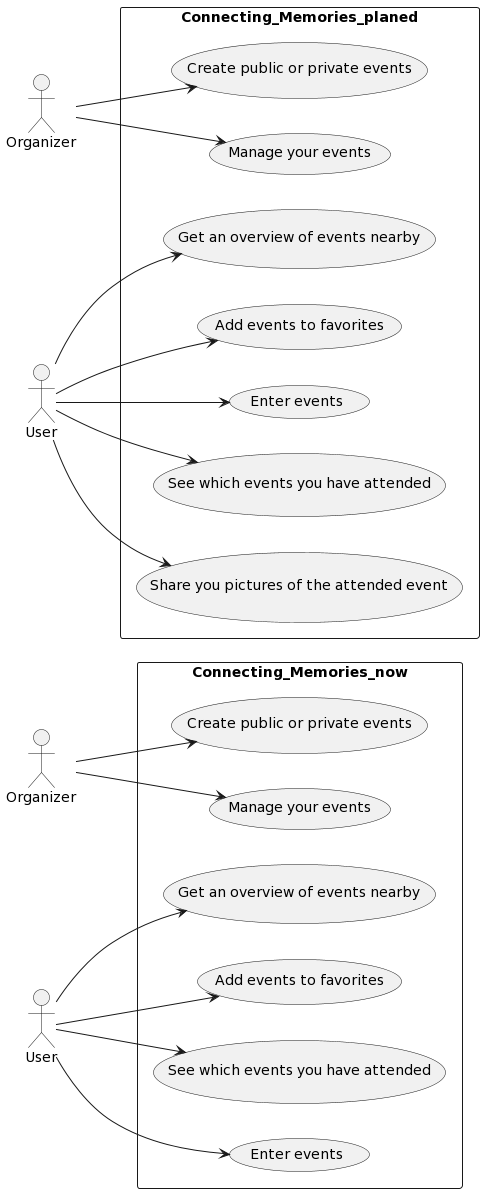
ArztF/2324-5ahitm-connecting-memories keeps this PlantUML diagram as Documents/UsecaseDiagramm/usecaseDiagram.png. Above is the earlier version. Its diagram source:
```plantuml
@startuml
left to right direction
actor "Organizer" as o1
actor "User" as u1
rectangle Connecting_Memories_now {
  usecase "Create public or private events" as UC1
  usecase "Manage your events" as UC6
  usecase "Get an overview of events nearby" as UC2
  usecase "Add events to favorites" as UC3
  usecase "See which events you have attended" as UC4
  usecase "Enter events" as UC5

}
o1 --> UC1
u1 --> UC2
u1 --> UC3
u1 --> UC4
u1 --> UC5
o1 --> UC6




left to right direction
actor "Organizer" as o2
actor "User" as u2
rectangle Connecting_Memories_planed {
  usecase "Create public or private events" as C1
  usecase "Manage your events" as C7
  usecase "Get an overview of events nearby" as C2
  usecase "Add events to favorites" as C3
  usecase "Enter events" as C4
  usecase "See which events you have attended" as C5
  usecase "Share you pictures of the attended event" as C6
}
o2 --> C1
u2 --> C2
u2 --> C3
u2 --> C4
u2 --> C5
u2 --> C6
o2 --> C7
@enduml
```
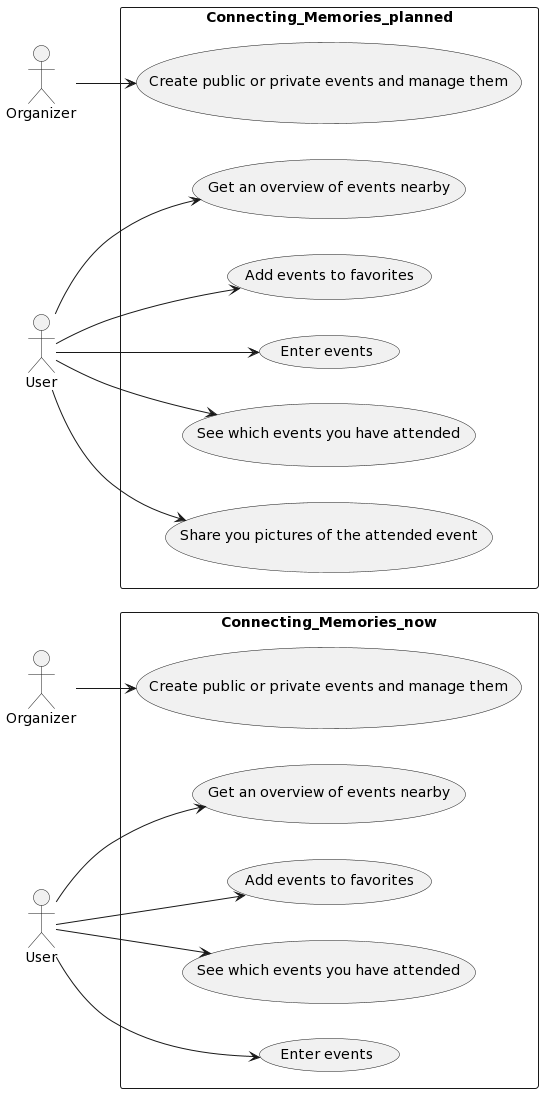
The same file after the commit.

The edit, as a diff of the source:
```diff
@@ -3,8 +3,7 @@
 actor "Organizer" as o1
 actor "User" as u1
 rectangle Connecting_Memories_now {
-  usecase "Create public or private events" as UC1
-  usecase "Manage your events" as UC6
+  usecase "Create public or private events and manage them" as UC1
   usecase "Get an overview of events nearby" as UC2
   usecase "Add events to favorites" as UC3
   usecase "See which events you have attended" as UC4
@@ -16,7 +15,6 @@
 u1 --> UC3
 u1 --> UC4
 u1 --> UC5
-o1 --> UC6
 
 
 
@@ -24,9 +22,8 @@
 left to right direction
 actor "Organizer" as o2
 actor "User" as u2
-rectangle Connecting_Memories_planed {
-  usecase "Create public or private events" as C1
-  usecase "Manage your events" as C7
+rectangle Connecting_Memories_planned {
+  usecase "Create public or private events and manage them" as C1
   usecase "Get an overview of events nearby" as C2
   usecase "Add events to favorites" as C3
   usecase "Enter events" as C4
@@ -39,5 +36,4 @@
 u2 --> C4
 u2 --> C5
 u2 --> C6
-o2 --> C7
 @enduml
```
